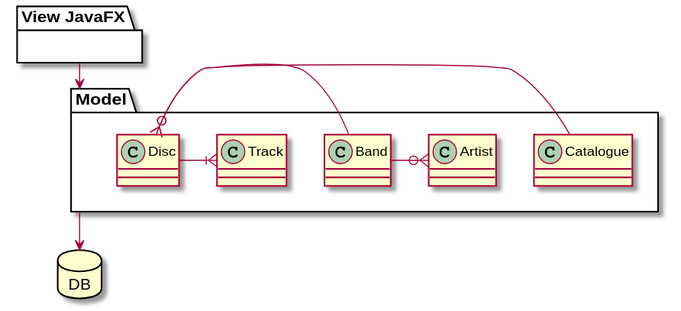
Earlier version of the PlantUML export doc/images/Entities.svg (AxoKoi/BandurriaJ).
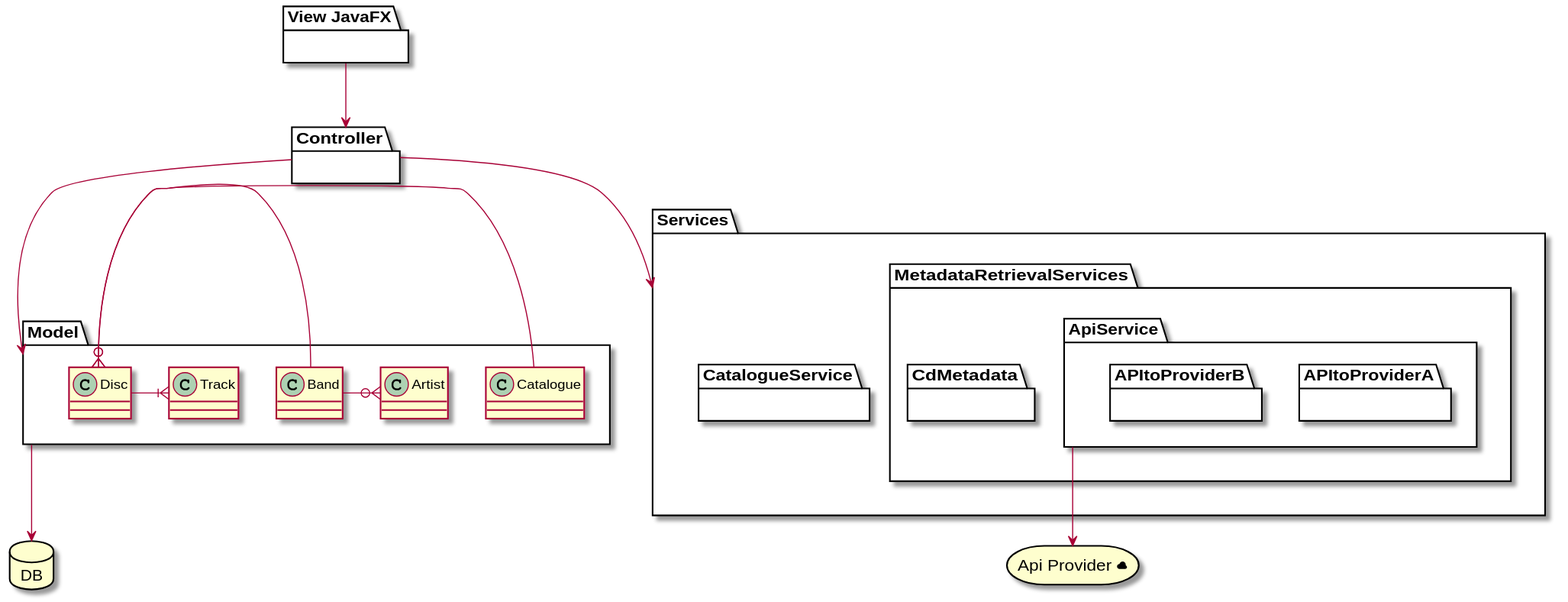
After the change.

Diff of the diagram source:
```diff
@@ -1,8 +1,9 @@
 @startuml
+allowmixing
+
 package "View JavaFX" as Front {
 
 }
-
 
 package "Model" as Model{
  class Disc
@@ -17,10 +18,40 @@
   Disc -|{ Track
 }
 
+package Controller as Controller {
+
+}
+
+package "Services" as Services {
+
+  package CatalogueService as CatalogueS{
+
+  }
+
+  package MetadataRetrievalServices as MetaS {
+
+    package ApiService as ApiS{
+
+      package APItoProviderA{
+      }
+      package APItoProviderB{
+      }
+    }
+    package CdMetadata as CDMetaS{
+    }
+  }
+
+}
+
 database DB [
   DB
 ]
 
-    Front --> Model
-    Model --> DB
+storage "Api Provider <&cloud>" as apiProvider
+
+Front --> Controller
+Controller --> Model
+Controller --> Services
+ApiS --> apiProvider
+Model --> DB
 @enduml
```
